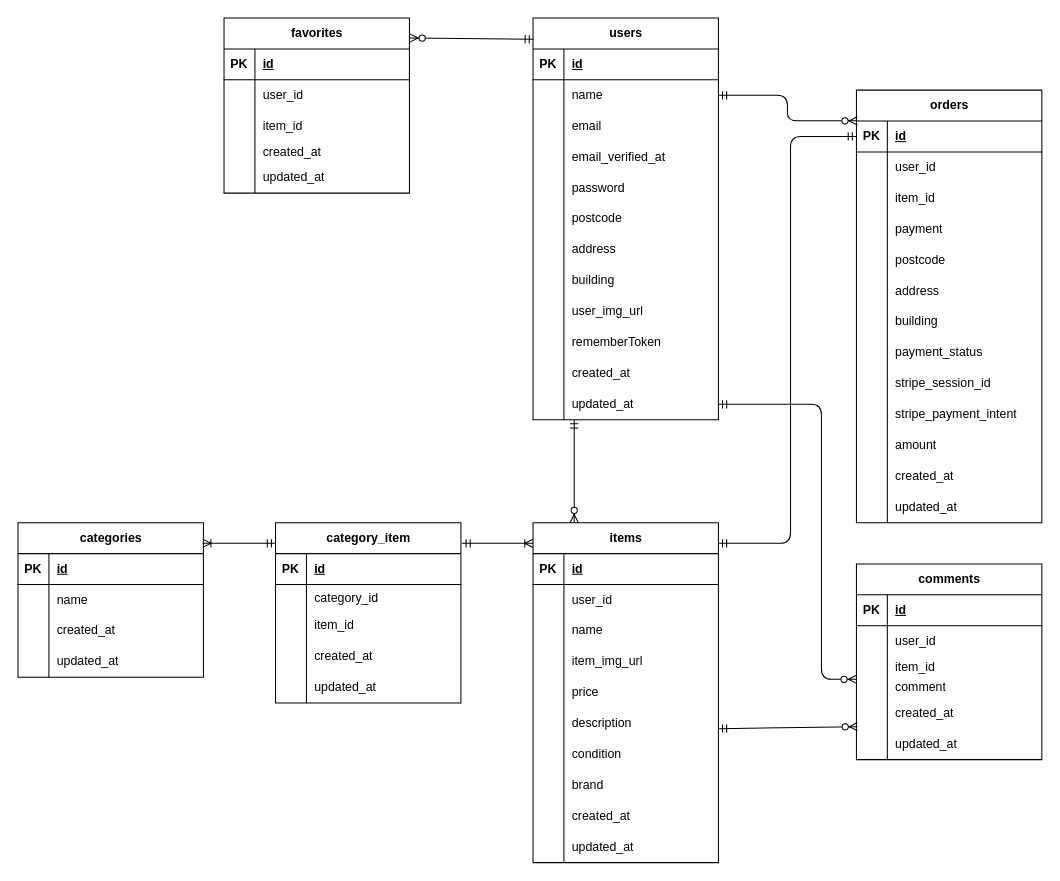
This is test2.drawio from yu1021-soni/test2, a draw.io file, before an edit. Source tidied: cells renumbered, new cells numbered last; positions are measured from the earlier drawing's top-left corner, leaving out a move shared by most shapes. Both pictures are drawn from the tidied source at 103%, with x=0, y=0 at pixel (18, 18).
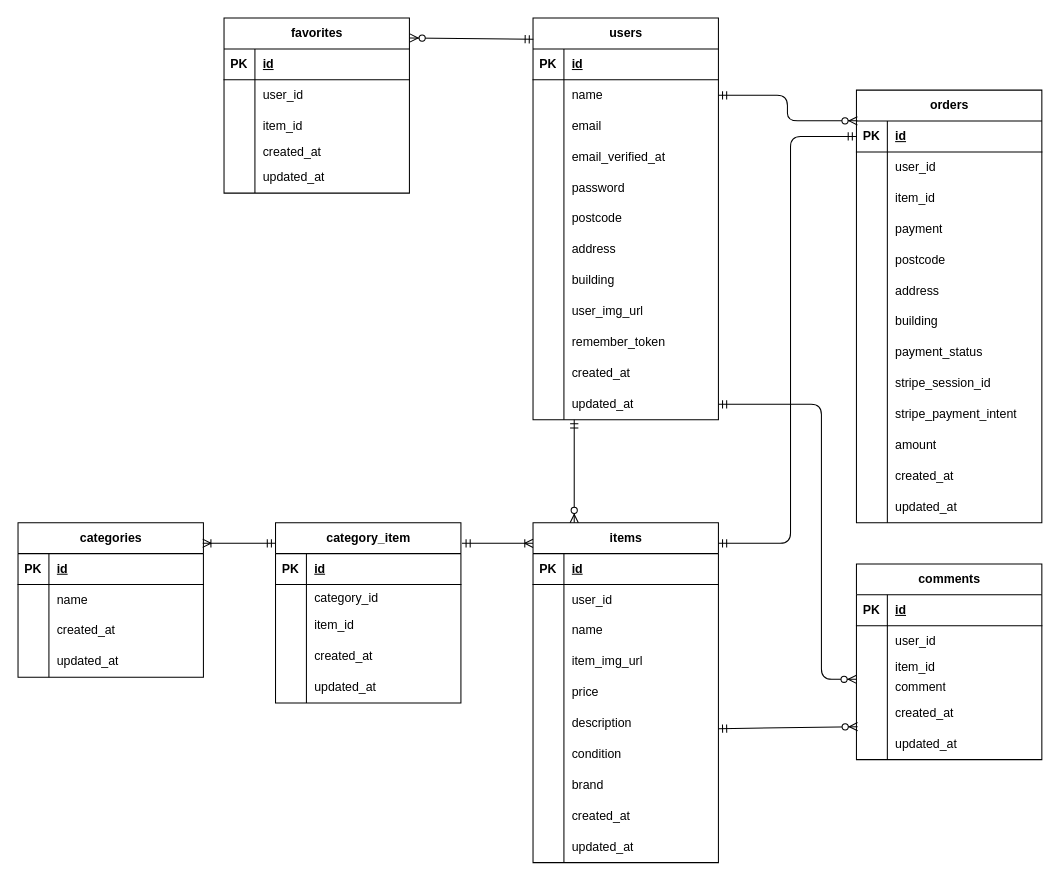
After the change.

Commit message (it also covers changes not shown here):
ER図　remember＿token修正

The change refers to these unchanged cells:
```xml
<mxCell id="149" style="shape=tableRow;horizontal=0;startSize=0;swimlaneHead=0;swimlaneBody=0;fillColor=none;top=0;left=0;right=0;bottom=0;" parent="121" vertex="1">
  <mxGeometry y="300" width="180" height="30" as="geometry" />
</mxCell>
```

Change to the diagram source:
```diff
@@
-    <mxCell id="151" value="rememberToken" style="shape=partialRectangle;fillColor=none;top=0;left=0;bottom=0;right=0;align=left;spacingLeft=6;overflow=hidden;whiteSpace=wrap;html=1;" parent="149" vertex="1">
+    <mxCell id="151" value="remember_token" style="shape=partialRectangle;fillColor=none;top=0;left=0;bottom=0;right=0;align=left;spacingLeft=6;overflow=hidden;whiteSpace=wrap;html=1;" parent="149" vertex="1">
       <mxGeometry x="30" width="150" height="30" as="geometry" />
     </mxCell>
```
